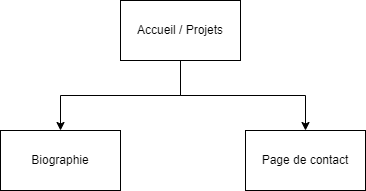
Before: docs/Portfolio Arborescence.drawio.png, a diagram exported from draw.io (AxelDuval/portfolio). Source tidied: cells renumbered, new cells last; positions are measured from the earlier drawing's top-left corner, leaving out a move shared by most shapes. Its diagram source:
```xml
<mxGraphModel>
  <root>
    <mxCell id="0" />
    <mxCell id="1" parent="0" />
    <mxCell id="2" style="edgeStyle=orthogonalEdgeStyle;rounded=0;jettySize=auto;html=1;exitX=0.5;exitY=1;exitDx=0;exitDy=0;entryX=0.5;entryY=0;entryDx=0;entryDy=0;" parent="1" edge="1" source="4" target="5">
      <mxGeometry relative="1" as="geometry" />
    </mxCell>
    <mxCell id="3" style="edgeStyle=orthogonalEdgeStyle;rounded=0;jettySize=auto;html=1;exitX=0.5;exitY=1;exitDx=0;exitDy=0;entryX=0.5;entryY=0;entryDx=0;entryDy=0;" parent="1" edge="1" source="4" target="6">
      <mxGeometry relative="1" as="geometry" />
    </mxCell>
    <mxCell id="4" value="Accueil / Projets" style="rounded=0;whiteSpace=wrap;html=1;" parent="1" vertex="1">
      <mxGeometry x="120" width="120" height="60" as="geometry" />
    </mxCell>
    <mxCell id="5" value="Biographie" style="rounded=0;whiteSpace=wrap;html=1;" parent="1" vertex="1">
      <mxGeometry y="130" width="120" height="60" as="geometry" />
    </mxCell>
    <mxCell id="6" value="Page de contact" style="rounded=0;whiteSpace=wrap;html=1;" parent="1" vertex="1">
      <mxGeometry x="245" y="130" width="120" height="60" as="geometry" />
    </mxCell>
  </root>
</mxGraphModel>
```
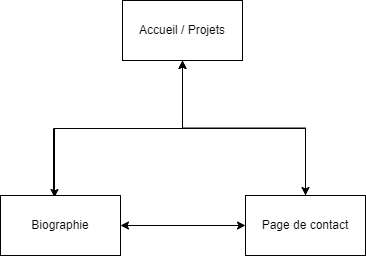
Above is the later version.

What changed in the source:
```diff
@@ -2,20 +2,45 @@
   <root>
     <mxCell id="0" />
     <mxCell id="1" parent="0" />
-    <mxCell id="2" style="edgeStyle=orthogonalEdgeStyle;rounded=0;jettySize=auto;html=1;exitX=0.5;exitY=1;exitDx=0;exitDy=0;entryX=0.5;entryY=0;entryDx=0;entryDy=0;" parent="1" edge="1" source="4" target="5">
-      <mxGeometry relative="1" as="geometry" />
+    <mxCell id="2" style="edgeStyle=orthogonalEdgeStyle;rounded=0;jettySize=auto;html=1;exitX=0.5;exitY=1;exitDx=0;exitDy=0;entryX=0.45;entryY=0.033;entryDx=0;entryDy=0;entryPerimeter=0;" parent="1" edge="1" source="4" target="5">
+      <mxGeometry relative="1" as="geometry">
+        <Array as="points">
+          <mxPoint x="182" y="63" />
+          <mxPoint x="54" y="63" />
+        </Array>
+      </mxGeometry>
     </mxCell>
-    <mxCell id="3" style="edgeStyle=orthogonalEdgeStyle;rounded=0;jettySize=auto;html=1;exitX=0.5;exitY=1;exitDx=0;exitDy=0;entryX=0.5;entryY=0;entryDx=0;entryDy=0;" parent="1" edge="1" source="4" target="6">
+    <mxCell id="3" style="edgeStyle=orthogonalEdgeStyle;rounded=0;jettySize=auto;html=1;exitX=0.5;exitY=1;exitDx=0;exitDy=0;" parent="1" edge="1" source="4" target="6">
       <mxGeometry relative="1" as="geometry" />
     </mxCell>
     <mxCell id="4" value="Accueil / Projets" style="rounded=0;whiteSpace=wrap;html=1;" parent="1" vertex="1">
-      <mxGeometry x="120" width="120" height="60" as="geometry" />
+      <mxGeometry x="122" y="-65" width="120" height="60" as="geometry" />
     </mxCell>
+    <mxCell id="7" style="edgeStyle=orthogonalEdgeStyle;rounded=0;jettySize=auto;html=1;exitX=0.5;exitY=0;exitDx=0;exitDy=0;entryX=0.5;entryY=1;entryDx=0;entryDy=0;" parent="1" edge="1" source="5" target="4">
+      <mxGeometry relative="1" as="geometry">
+        <Array as="points">
+          <mxPoint x="53" y="130" />
+          <mxPoint x="53" y="63" />
+          <mxPoint x="182" y="63" />
+        </Array>
+      </mxGeometry>
+    </mxCell>
     <mxCell id="5" value="Biographie" style="rounded=0;whiteSpace=wrap;html=1;" parent="1" vertex="1">
       <mxGeometry y="130" width="120" height="60" as="geometry" />
     </mxCell>
+    <mxCell id="8" style="edgeStyle=orthogonalEdgeStyle;rounded=0;jettySize=auto;html=1;exitX=0.5;exitY=0;exitDx=0;exitDy=0;entryX=0.5;entryY=1;entryDx=0;entryDy=0;" parent="1" edge="1" source="6" target="4">
+      <mxGeometry relative="1" as="geometry">
+        <Array as="points">
+          <mxPoint x="305" y="63" />
+          <mxPoint x="182" y="63" />
+        </Array>
+      </mxGeometry>
+    </mxCell>
     <mxCell id="6" value="Page de contact" style="rounded=0;whiteSpace=wrap;html=1;" parent="1" vertex="1">
       <mxGeometry x="245" y="130" width="120" height="60" as="geometry" />
     </mxCell>
+    <mxCell id="9" style="endArrow=classic;startArrow=classic;html=1;rounded=0;exitX=1;exitY=0.5;exitDx=0;exitDy=0;" parent="1" edge="1" source="5" target="6">
+      <mxGeometry relative="1" as="geometry" />
+    </mxCell>
   </root>
 </mxGraphModel>
```
